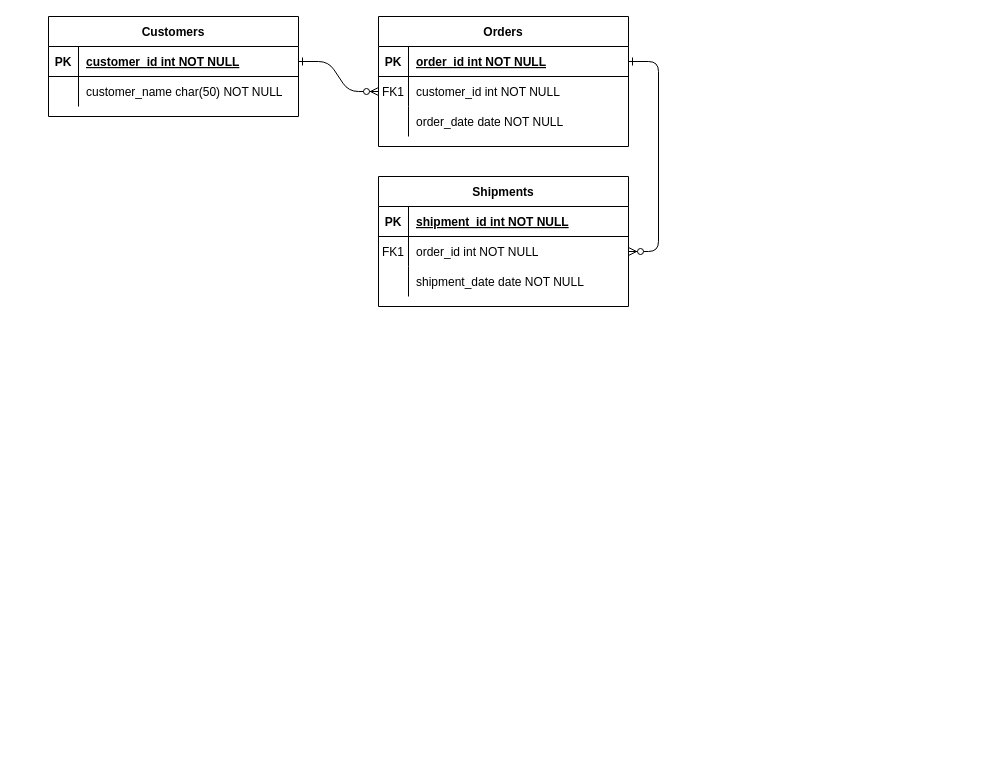
phedhong/public keeps this draw.io diagram as imgs/Untitled Diagram.drawio. Above is the earlier version. Source tidied: cells renumbered, new cells numbered last; positions are measured from the earlier drawing's top-left corner, leaving out a move shared by most shapes. Both pictures are drawn from the tidied source at 100%, with x=0, y=0 at pixel (48, 16).
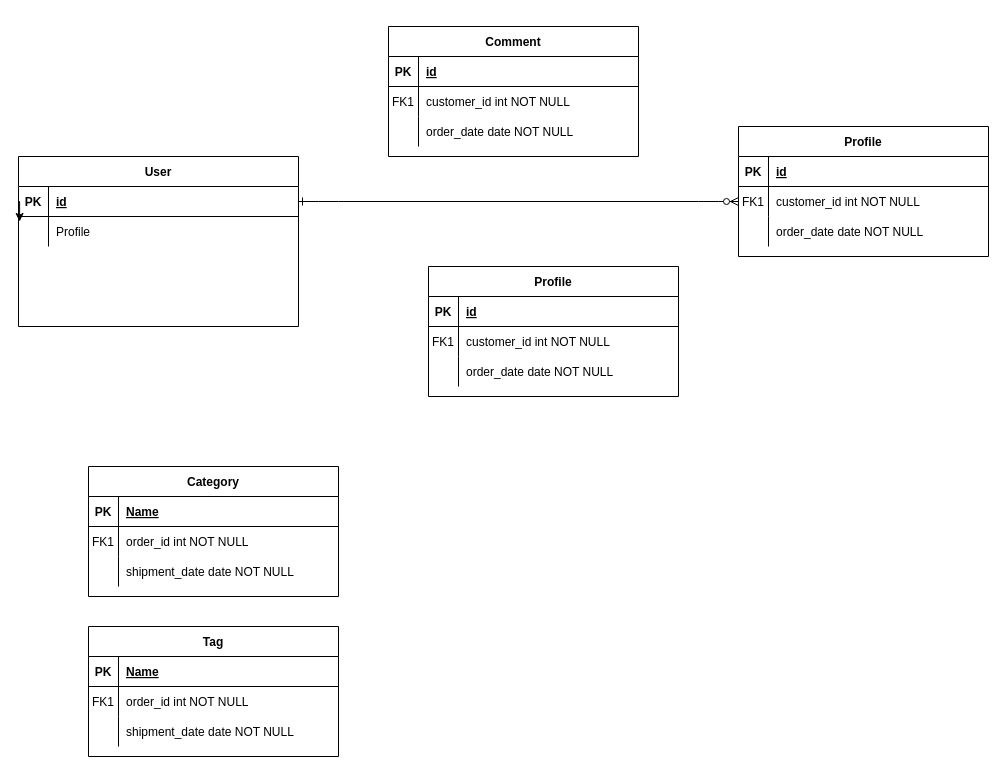
The same page after the edit.

Unchanged cells that the change refers to:
```xml
<mxCell id="5" style="shape=partialRectangle;fillColor=none;points=[[0,0.5],[1,0.5]];portConstraint=eastwest;top=0;left=0;right=0;bottom=1;" parent="4" vertex="1">
  <mxGeometry y="30" width="250" height="30" as="geometry" />
</mxCell>
<mxCell id="15" style="shape=partialRectangle;fillColor=none;top=0;left=0;right=0;bottom=1;" parent="14" vertex="1">
  <mxGeometry y="30" width="250" height="30" as="geometry" />
</mxCell>
<mxCell id="18" style="shape=partialRectangle;fillColor=none;points=[[0,0.5],[1,0.5]];portConstraint=eastwest;top=0;left=0;right=0;bottom=0;" parent="14" vertex="1">
  <mxGeometry y="60" width="250" height="30" as="geometry" />
</mxCell>
```

The edit, as a diff of the source:
```diff
@@
-    <mxCell id="3" style="edgeStyle=entityRelationEdgeStyle;endArrow=ERzeroToMany;startArrow=ERone;endFill=1;startFill=0;" parent="1" edge="1" source="5" target="18">
-      <mxGeometry relative="1" as="geometry" />
-    </mxCell>
-    <mxCell id="4" value="Orders" style="shape=table;startSize=30;childLayout=tableLayout;rowLines=0;fontStyle=1;align=center;" parent="1" vertex="1">
-      <mxGeometry x="330" width="250" height="130" as="geometry" />
+    <mxCell id="4" value="Profile" style="shape=table;startSize=30;childLayout=tableLayout;rowLines=0;fontStyle=1;align=center;" parent="1" vertex="1">
+      <mxGeometry x="690" y="110" width="250" height="130" as="geometry" />
     </mxCell>
@@
-    <mxCell id="7" value="order_id int NOT NULL " style="shape=partialRectangle;overflow=hidden;fillColor=none;top=0;left=0;bottom=0;right=0;align=left;spacingLeft=6;fontStyle=5;" parent="5" vertex="1">
+    <mxCell id="7" value="id" style="shape=partialRectangle;overflow=hidden;fillColor=none;top=0;left=0;bottom=0;right=0;align=left;spacingLeft=6;fontStyle=5;" parent="5" vertex="1">
       <mxGeometry x="30" width="220" height="30" as="geometry" />
     </mxCell>
@@
-    <mxCell id="14" value="Shipments" style="shape=table;startSize=30;childLayout=tableLayout;rowLines=0;fontStyle=1;align=center;" parent="1" vertex="1">
-      <mxGeometry x="330" y="160" width="250" height="130" as="geometry" />
+    <mxCell id="14" value="Category" style="shape=table;startSize=30;childLayout=tableLayout;rowLines=0;fontStyle=1;align=center;" parent="1" vertex="1">
+      <mxGeometry x="40" y="450" width="250" height="130" as="geometry" />
     </mxCell>
@@
-    <mxCell id="17" value="shipment_id int NOT NULL " style="shape=partialRectangle;overflow=hidden;fillColor=none;top=0;left=0;bottom=0;right=0;align=left;spacingLeft=6;fontStyle=5;" parent="15" vertex="1">
+    <mxCell id="17" value="Name" style="shape=partialRectangle;overflow=hidden;fillColor=none;top=0;left=0;bottom=0;right=0;align=left;spacingLeft=6;fontStyle=5;" parent="15" vertex="1">
       <mxGeometry x="30" width="220" height="30" as="geometry" />
     </mxCell>
@@
+    <mxCell id="31" value="Tag" style="shape=table;startSize=30;childLayout=tableLayout;rowLines=0;fontStyle=1;align=center;" parent="1" vertex="1">
+      <mxGeometry x="40" y="610" width="250" height="130" as="geometry" />
+    </mxCell>
+    <mxCell id="32" style="shape=partialRectangle;fillColor=none;top=0;left=0;right=0;bottom=1;" parent="31" vertex="1">
+      <mxGeometry y="30" width="250" height="30" as="geometry" />
+    </mxCell>
+    <mxCell id="33" value="PK" style="shape=partialRectangle;overflow=hidden;fillColor=none;top=0;left=0;bottom=0;right=0;fontStyle=1;" parent="32" vertex="1">
+      <mxGeometry width="30" height="30" as="geometry" />
+    </mxCell>
+    <mxCell id="34" value="Name" style="shape=partialRectangle;overflow=hidden;fillColor=none;top=0;left=0;bottom=0;right=0;align=left;spacingLeft=6;fontStyle=5;" parent="32" vertex="1">
+      <mxGeometry x="30" width="220" height="30" as="geometry" />
+    </mxCell>
+    <mxCell id="35" style="shape=partialRectangle;fillColor=none;top=0;left=0;right=0;bottom=0;" parent="31" vertex="1">
+      <mxGeometry y="60" width="250" height="30" as="geometry" />
+    </mxCell>
+    <mxCell id="36" value="FK1" style="shape=partialRectangle;overflow=hidden;fillColor=none;top=0;left=0;bottom=0;right=0;" parent="35" vertex="1">
+      <mxGeometry width="30" height="30" as="geometry" />
+    </mxCell>
+    <mxCell id="37" value="order_id int NOT NULL" style="shape=partialRectangle;overflow=hidden;fillColor=none;top=0;left=0;bottom=0;right=0;align=left;spacingLeft=6;" parent="35" vertex="1">
+      <mxGeometry x="30" width="220" height="30" as="geometry" />
+    </mxCell>
+    <mxCell id="38" style="shape=partialRectangle;fillColor=none;top=0;left=0;right=0;bottom=0;" parent="31" vertex="1">
+      <mxGeometry y="90" width="250" height="30" as="geometry" />
+    </mxCell>
+    <mxCell id="39" style="shape=partialRectangle;overflow=hidden;fillColor=none;top=0;left=0;bottom=0;right=0;" parent="38" vertex="1">
+      <mxGeometry width="30" height="30" as="geometry" />
+    </mxCell>
+    <mxCell id="40" value="shipment_date date NOT NULL" style="shape=partialRectangle;overflow=hidden;fillColor=none;top=0;left=0;bottom=0;right=0;align=left;spacingLeft=6;" parent="38" vertex="1">
+      <mxGeometry x="30" width="220" height="30" as="geometry" />
+    </mxCell>
-    <mxCell id="24" value="Customers" style="shape=table;startSize=30;childLayout=tableLayout;rowLines=0;fontStyle=1;align=center;" parent="1" vertex="1">
-      <mxGeometry width="250" height="100" as="geometry" />
+    <mxCell id="24" value="User" style="shape=table;startSize=30;childLayout=tableLayout;rowLines=0;fontStyle=1;align=center;" parent="1" vertex="1">
+      <mxGeometry x="-30" y="140" width="280" height="170" as="geometry" />
     </mxCell>
     <mxCell id="25" style="shape=partialRectangle;fillColor=none;points=[[0,0.5],[1,0.5]];portConstraint=eastwest;top=0;left=0;right=0;bottom=1;" parent="24" vertex="1">
-      <mxGeometry y="30" width="250" height="30" as="geometry" />
+      <mxGeometry y="30" width="280" height="30" as="geometry" />
     </mxCell>
@@
-    <mxCell id="27" value="customer_id int NOT NULL " style="shape=partialRectangle;overflow=hidden;fillColor=none;top=0;left=0;bottom=0;right=0;align=left;spacingLeft=6;fontStyle=5;" parent="25" vertex="1">
-      <mxGeometry x="30" width="220" height="30" as="geometry" />
+    <mxCell id="27" value="id" style="shape=partialRectangle;overflow=hidden;fillColor=none;top=0;left=0;bottom=0;right=0;align=left;spacingLeft=6;fontStyle=5;" parent="25" vertex="1">
+      <mxGeometry x="30" width="250" height="30" as="geometry" />
     </mxCell>
     <mxCell id="28" style="shape=partialRectangle;fillColor=none;points=[[0,0.5],[1,0.5]];portConstraint=eastwest;top=0;left=0;right=0;bottom=0;" parent="24" vertex="1">
-      <mxGeometry y="60" width="250" height="30" as="geometry" />
+      <mxGeometry y="60" width="280" height="30" as="geometry" />
     </mxCell>
@@
-    <mxCell id="30" value="customer_name char(50) NOT NULL" style="shape=partialRectangle;overflow=hidden;fillColor=none;top=0;left=0;bottom=0;right=0;align=left;spacingLeft=6;" parent="28" vertex="1">
-      <mxGeometry x="30" width="220" height="30" as="geometry" />
+    <mxCell id="30" value="Profile" style="shape=partialRectangle;overflow=hidden;fillColor=none;top=0;left=0;bottom=0;right=0;align=left;spacingLeft=6;" parent="28" vertex="1">
+      <mxGeometry x="30" width="250" height="30" as="geometry" />
     </mxCell>
+    <mxCell id="41" style="edgeStyle=orthogonalEdgeStyle;rounded=0;jettySize=auto;html=1;exitX=0;exitY=0.5;exitDx=0;exitDy=0;entryX=0.004;entryY=0.167;entryDx=0;entryDy=0;entryPerimeter=0;" parent="24" edge="1" source="25" target="28">
+      <mxGeometry relative="1" as="geometry" />
+    </mxCell>
+    <mxCell id="42" value="Comment" style="shape=table;startSize=30;childLayout=tableLayout;rowLines=0;fontStyle=1;align=center;" parent="1" vertex="1">
+      <mxGeometry x="340" y="10" width="250" height="130" as="geometry" />
+    </mxCell>
+    <mxCell id="43" style="shape=partialRectangle;fillColor=none;top=0;left=0;right=0;bottom=1;" parent="42" vertex="1">
+      <mxGeometry y="30" width="250" height="30" as="geometry" />
+    </mxCell>
+    <mxCell id="44" value="PK" style="shape=partialRectangle;overflow=hidden;fillColor=none;top=0;left=0;bottom=0;right=0;fontStyle=1;" parent="43" vertex="1">
+      <mxGeometry width="30" height="30" as="geometry" />
+    </mxCell>
+    <mxCell id="45" value="id" style="shape=partialRectangle;overflow=hidden;fillColor=none;top=0;left=0;bottom=0;right=0;align=left;spacingLeft=6;fontStyle=5;" parent="43" vertex="1">
+      <mxGeometry x="30" width="220" height="30" as="geometry" />
+    </mxCell>
+    <mxCell id="46" style="shape=partialRectangle;fillColor=none;top=0;left=0;right=0;bottom=0;" parent="42" vertex="1">
+      <mxGeometry y="60" width="250" height="30" as="geometry" />
+    </mxCell>
+    <mxCell id="47" value="FK1" style="shape=partialRectangle;overflow=hidden;fillColor=none;top=0;left=0;bottom=0;right=0;" parent="46" vertex="1">
+      <mxGeometry width="30" height="30" as="geometry" />
+    </mxCell>
+    <mxCell id="48" value="customer_id int NOT NULL" style="shape=partialRectangle;overflow=hidden;fillColor=none;top=0;left=0;bottom=0;right=0;align=left;spacingLeft=6;" parent="46" vertex="1">
+      <mxGeometry x="30" width="220" height="30" as="geometry" />
+    </mxCell>
+    <mxCell id="49" style="shape=partialRectangle;fillColor=none;top=0;left=0;right=0;bottom=0;" parent="42" vertex="1">
+      <mxGeometry y="90" width="250" height="30" as="geometry" />
+    </mxCell>
+    <mxCell id="50" style="shape=partialRectangle;overflow=hidden;fillColor=none;top=0;left=0;bottom=0;right=0;" parent="49" vertex="1">
+      <mxGeometry width="30" height="30" as="geometry" />
+    </mxCell>
+    <mxCell id="51" value="order_date date NOT NULL" style="shape=partialRectangle;overflow=hidden;fillColor=none;top=0;left=0;bottom=0;right=0;align=left;spacingLeft=6;" parent="49" vertex="1">
+      <mxGeometry x="30" width="220" height="30" as="geometry" />
+    </mxCell>
+    <mxCell id="52" value="Profile" style="shape=table;startSize=30;childLayout=tableLayout;rowLines=0;fontStyle=1;align=center;" parent="1" vertex="1">
+      <mxGeometry x="380" y="250" width="250" height="130" as="geometry" />
+    </mxCell>
+    <mxCell id="53" style="shape=partialRectangle;fillColor=none;top=0;left=0;right=0;bottom=1;" parent="52" vertex="1">
+      <mxGeometry y="30" width="250" height="30" as="geometry" />
+    </mxCell>
+    <mxCell id="54" value="PK" style="shape=partialRectangle;overflow=hidden;fillColor=none;top=0;left=0;bottom=0;right=0;fontStyle=1;" parent="53" vertex="1">
+      <mxGeometry width="30" height="30" as="geometry" />
+    </mxCell>
+    <mxCell id="55" value="id" style="shape=partialRectangle;overflow=hidden;fillColor=none;top=0;left=0;bottom=0;right=0;align=left;spacingLeft=6;fontStyle=5;" parent="53" vertex="1">
+      <mxGeometry x="30" width="220" height="30" as="geometry" />
+    </mxCell>
+    <mxCell id="56" style="shape=partialRectangle;fillColor=none;top=0;left=0;right=0;bottom=0;" parent="52" vertex="1">
+      <mxGeometry y="60" width="250" height="30" as="geometry" />
+    </mxCell>
+    <mxCell id="57" value="FK1" style="shape=partialRectangle;overflow=hidden;fillColor=none;top=0;left=0;bottom=0;right=0;" parent="56" vertex="1">
+      <mxGeometry width="30" height="30" as="geometry" />
+    </mxCell>
+    <mxCell id="58" value="customer_id int NOT NULL" style="shape=partialRectangle;overflow=hidden;fillColor=none;top=0;left=0;bottom=0;right=0;align=left;spacingLeft=6;" parent="56" vertex="1">
+      <mxGeometry x="30" width="220" height="30" as="geometry" />
+    </mxCell>
+    <mxCell id="59" style="shape=partialRectangle;fillColor=none;top=0;left=0;right=0;bottom=0;" parent="52" vertex="1">
+      <mxGeometry y="90" width="250" height="30" as="geometry" />
+    </mxCell>
+    <mxCell id="60" style="shape=partialRectangle;overflow=hidden;fillColor=none;top=0;left=0;bottom=0;right=0;" parent="59" vertex="1">
+      <mxGeometry width="30" height="30" as="geometry" />
+    </mxCell>
+    <mxCell id="61" value="order_date date NOT NULL" style="shape=partialRectangle;overflow=hidden;fillColor=none;top=0;left=0;bottom=0;right=0;align=left;spacingLeft=6;" parent="59" vertex="1">
+      <mxGeometry x="30" width="220" height="30" as="geometry" />
+    </mxCell>
```
